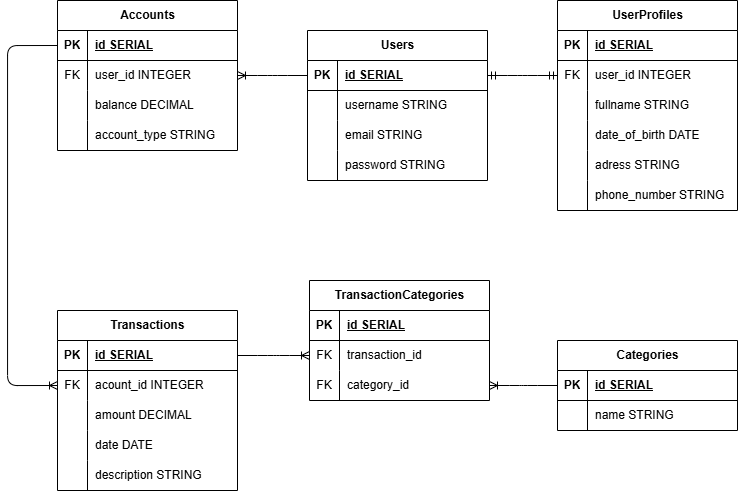
vibbyfs/ppone_express-pg keeps this draw.io diagram as erd.drawio.png. Above is the earlier version. Source tidied: cells renumbered, new cells last; positions are measured from the earlier drawing's top-left corner, leaving out a move shared by most shapes.
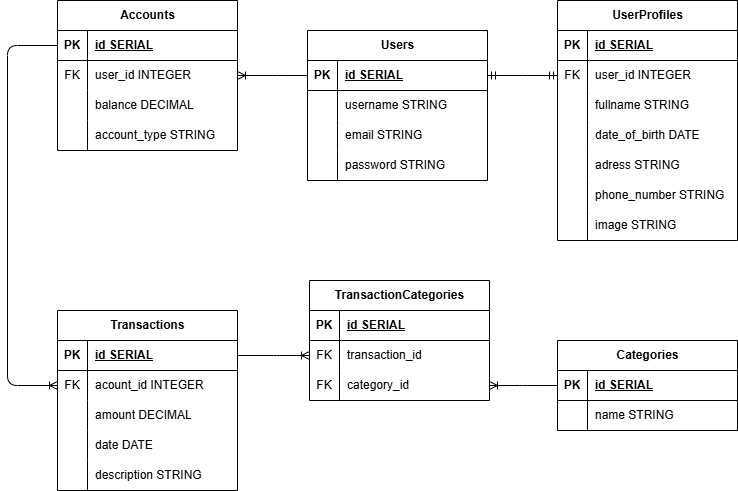
After the commit.

Diff of the diagram source:
```diff
@@ -42,7 +42,7 @@
       <mxGeometry x="30" width="150" height="30" as="geometry" />
     </mxCell>
     <mxCell id="15" value="UserProfiles" style="shape=table;startSize=30;rowLines=0;fontStyle=1;align=center;html=1;" parent="1" vertex="1">
-      <mxGeometry x="550" width="180" height="210" as="geometry" />
+      <mxGeometry x="550" width="180" height="240" as="geometry" />
     </mxCell>
     <mxCell id="16" style="shape=tableRow;horizontal=0;startSize=0;swimlaneHead=0;swimlaneBody=0;fillColor=none;top=0;left=0;right=0;bottom=1;" parent="15" vertex="1">
       <mxGeometry y="30" width="180" height="30" as="geometry" />
@@ -89,13 +89,22 @@
     <mxCell id="30" value="adress STRING" style="shape=partialRectangle;fillColor=none;top=0;left=0;bottom=0;right=0;align=left;spacingLeft=6;overflow=hidden;whiteSpace=wrap;html=1;" parent="28" vertex="1">
       <mxGeometry x="30" width="150" height="30" as="geometry" />
     </mxCell>
+    <mxCell id="85" style="shape=tableRow;horizontal=0;startSize=0;swimlaneHead=0;swimlaneBody=0;fillColor=none;top=0;left=0;right=0;bottom=0;" parent="15" vertex="1">
+      <mxGeometry y="180" width="180" height="30" as="geometry" />
+    </mxCell>
+    <mxCell id="86" style="shape=partialRectangle;fillColor=none;top=0;left=0;bottom=0;right=0;overflow=hidden;whiteSpace=wrap;html=1;" parent="85" vertex="1">
+      <mxGeometry width="30" height="30" as="geometry" />
+    </mxCell>
+    <mxCell id="87" value="phone_number STRING" style="shape=partialRectangle;fillColor=none;top=0;left=0;bottom=0;right=0;align=left;spacingLeft=6;overflow=hidden;whiteSpace=wrap;html=1;" parent="85" vertex="1">
+      <mxGeometry x="30" width="150" height="30" as="geometry" />
+    </mxCell>
     <mxCell id="31" style="shape=tableRow;horizontal=0;startSize=0;swimlaneHead=0;swimlaneBody=0;fillColor=none;top=0;left=0;right=0;bottom=0;" parent="15" vertex="1">
-      <mxGeometry y="180" width="180" height="30" as="geometry" />
+      <mxGeometry y="210" width="180" height="30" as="geometry" />
     </mxCell>
     <mxCell id="32" style="shape=partialRectangle;fillColor=none;top=0;left=0;bottom=0;right=0;overflow=hidden;whiteSpace=wrap;html=1;" parent="31" vertex="1">
       <mxGeometry width="30" height="30" as="geometry" />
     </mxCell>
-    <mxCell id="33" value="phone_number STRING" style="shape=partialRectangle;fillColor=none;top=0;left=0;bottom=0;right=0;align=left;spacingLeft=6;overflow=hidden;whiteSpace=wrap;html=1;" parent="31" vertex="1">
+    <mxCell id="33" value="image STRING" style="shape=partialRectangle;fillColor=none;top=0;left=0;bottom=0;right=0;align=left;spacingLeft=6;overflow=hidden;whiteSpace=wrap;html=1;" parent="31" vertex="1">
       <mxGeometry x="30" width="150" height="30" as="geometry" />
     </mxCell>
     <mxCell id="34" style="edgeStyle=entityRelationEdgeStyle;fontSize=12;html=1;endArrow=ERmandOne;startArrow=ERmandOne;entryX=0;entryY=0.5;entryDx=0;entryDy=0;" parent="1" edge="1" source="3" target="19">
```
